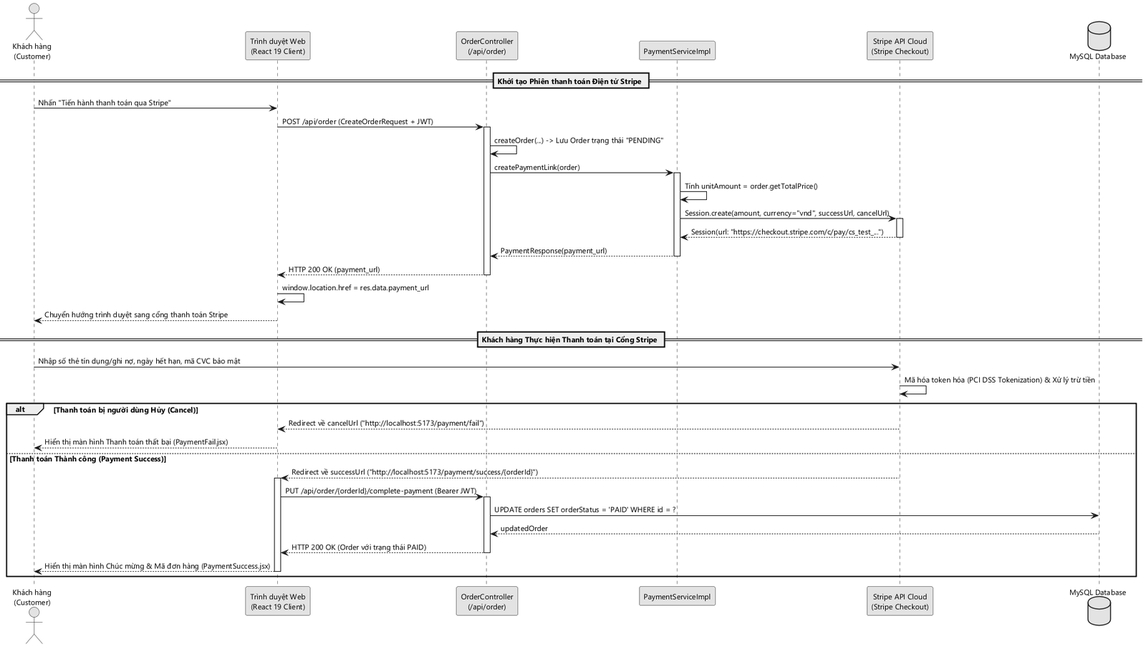
Earlier version of the PlantUML export uet-graduation-thesis/figures/fig_sequence_stripe_payment.png (lequocanh1401/Online-Food-Ordering). Its source is kept beside it as uet-graduation-thesis/figures/fig_sequence_stripe_payment.puml.
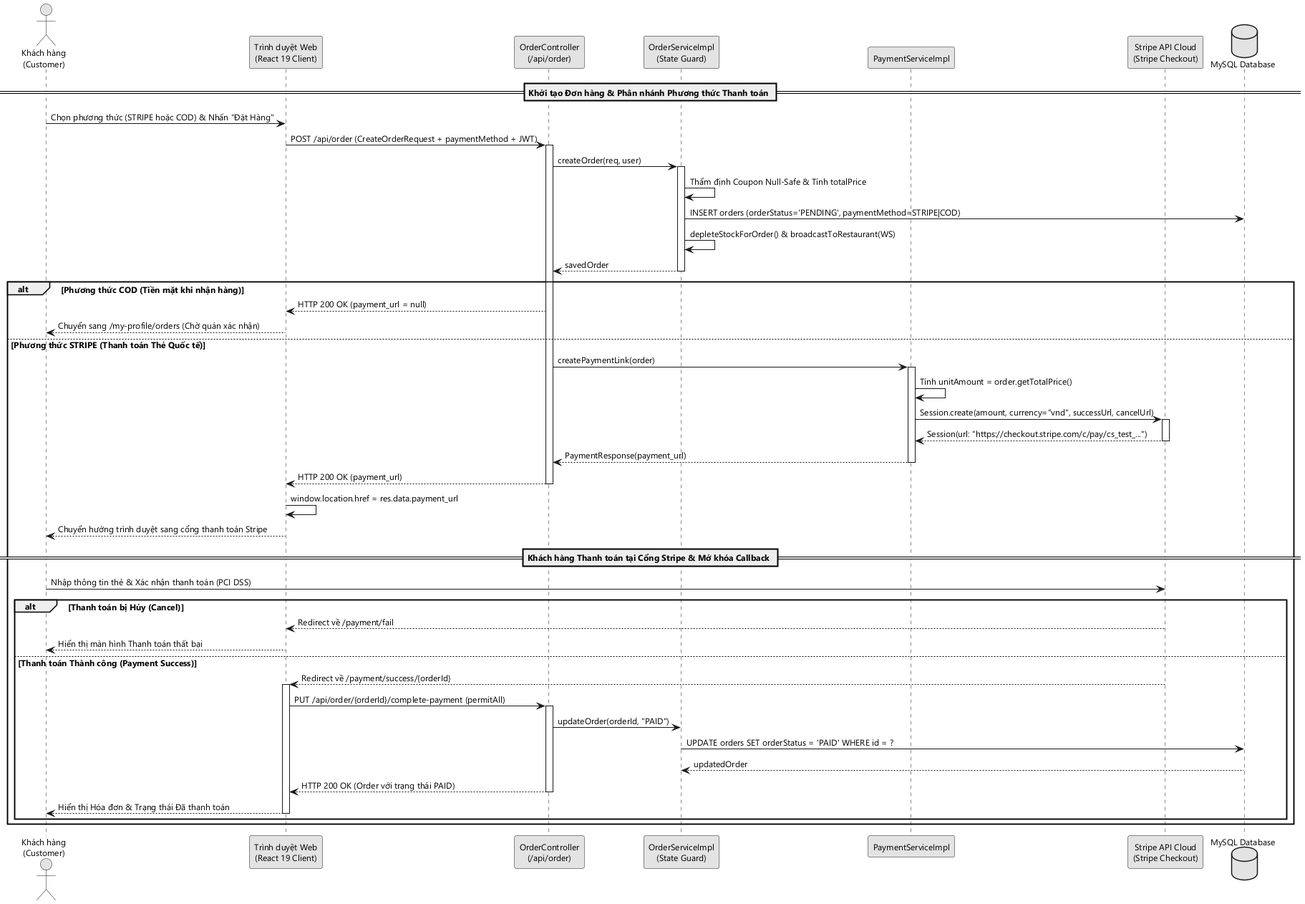
The same file after the commit.

What changed in the source:
```diff
@@ -7,54 +7,61 @@
 actor "Khách hàng\n(Customer)" as customer
 participant "Trình duyệt Web\n(React 19 Client)" as client
 participant "OrderController\n(/api/order)" as orderCtrl
+participant "OrderServiceImpl\n(State Guard)" as orderSvc
 participant "PaymentServiceImpl" as paymentSvc
 participant "Stripe API Cloud\n(Stripe Checkout)" as stripe
 database "MySQL Database" as db
 
-== Khởi tạo Phiên thanh toán Điện tử Stripe ==
-customer -> client : Nhấn "Tiến hành thanh toán qua Stripe"
-client -> orderCtrl : POST /api/order (CreateOrderRequest + JWT)
+== Khởi tạo Đơn hàng & Phân nhánh Phương thức Thanh toán ==
+customer -> client : Chọn phương thức (STRIPE hoặc COD) & Nhấn "Đặt Hàng"
+client -> orderCtrl : POST /api/order (CreateOrderRequest + paymentMethod + JWT)
 activate orderCtrl
 
-orderCtrl -> orderCtrl : createOrder(...) -> Lưu Order trạng thái "PENDING"
-orderCtrl -> paymentSvc : createPaymentLink(order)
-activate paymentSvc
+orderCtrl -> orderSvc : createOrder(req, user)
+activate orderSvc
+orderSvc -> orderSvc : Thẩm định Coupon Null-Safe & Tính totalPrice
+orderSvc -> db : INSERT orders (orderStatus='PENDING', paymentMethod=STRIPE|COD)
+orderSvc -> orderSvc : depleteStockForOrder() & broadcastToRestaurant(WS)
+orderSvc --> orderCtrl : savedOrder
+deactivate orderSvc
 
-paymentSvc -> paymentSvc : Tính unitAmount = order.getTotalPrice()
-paymentSvc -> stripe : Session.create(amount, currency="vnd", successUrl, cancelUrl)
-activate stripe
-stripe --> paymentSvc : Session(url: "https://checkout.stripe.com/c/pay/cs_test_...")
-deactivate stripe
+alt Phương thức COD (Tiền mặt khi nhận hàng)
+    orderCtrl --> client : HTTP 200 OK (payment_url = null)
+    client --> customer : Chuyển sang /my-profile/orders (Chờ quán xác nhận)
+else Phương thức STRIPE (Thanh toán Thẻ Quốc tế)
+    orderCtrl -> paymentSvc : createPaymentLink(order)
+    activate paymentSvc
+    paymentSvc -> paymentSvc : Tính unitAmount = order.getTotalPrice()
+    paymentSvc -> stripe : Session.create(amount, currency="vnd", successUrl, cancelUrl)
+    activate stripe
+    stripe --> paymentSvc : Session(url: "https://checkout.stripe.com/c/pay/cs_test_...")
+    deactivate stripe
+    paymentSvc --> orderCtrl : PaymentResponse(payment_url)
+    deactivate paymentSvc
 
-paymentSvc --> orderCtrl : PaymentResponse(payment_url)
-deactivate paymentSvc
-
-orderCtrl --> client : HTTP 200 OK (payment_url)
-deactivate orderCtrl
-
-client -> client : window.location.href = res.data.payment_url
-client --> customer : Chuyển hướng trình duyệt sang cổng thanh toán Stripe
-
-== Khách hàng Thực hiện Thanh toán tại Cổng Stripe ==
-customer -> stripe : Nhập số thẻ tín dụng/ghi nợ, ngày hết hạn, mã CVC bảo mật
-stripe -> stripe : Mã hóa token hóa (PCI DSS Tokenization) & Xử lý trừ tiền
-alt Thanh toán bị người dùng Hủy (Cancel)
-    stripe --> client : Redirect về cancelUrl ("http://localhost:5173/payment/fail")
-    client --> customer : Hiển thị màn hình Thanh toán thất bại (PaymentFail.jsx)
-else Thanh toán Thành công (Payment Success)
-    stripe --> client : Redirect về successUrl ("http://localhost:5173/payment/success/{orderId}")
-    activate client
-
-    client -> orderCtrl : PUT /api/order/{orderId}/complete-payment (Bearer JWT)
-    activate orderCtrl
-
-    orderCtrl -> db : UPDATE orders SET orderStatus = 'PAID' WHERE id = ?
-    db --> orderCtrl : updatedOrder
-
-    orderCtrl --> client : HTTP 200 OK (Order với trạng thái PAID)
+    orderCtrl --> client : HTTP 200 OK (payment_url)
     deactivate orderCtrl
 
-    client --> customer : Hiển thị màn hình Chúc mừng & Mã đơn hàng (PaymentSuccess.jsx)
-    deactivate client
+    client -> client : window.location.href = res.data.payment_url
+    client --> customer : Chuyển hướng trình duyệt sang cổng thanh toán Stripe
+
+    == Khách hàng Thanh toán tại Cổng Stripe & Mở khóa Callback ==
+    customer -> stripe : Nhập thông tin thẻ & Xác nhận thanh toán (PCI DSS)
+    alt Thanh toán bị Hủy (Cancel)
+        stripe --> client : Redirect về /payment/fail
+        client --> customer : Hiển thị màn hình Thanh toán thất bại
+    else Thanh toán Thành công (Payment Success)
+        stripe --> client : Redirect về /payment/success/{orderId}
+        activate client
+        client -> orderCtrl : PUT /api/order/{orderId}/complete-payment (permitAll)
+        activate orderCtrl
+        orderCtrl -> orderSvc : updateOrder(orderId, "PAID")
+        orderSvc -> db : UPDATE orders SET orderStatus = 'PAID' WHERE id = ?
+        db --> orderSvc : updatedOrder
+        orderCtrl --> client : HTTP 200 OK (Order với trạng thái PAID)
+        deactivate orderCtrl
+        client --> customer : Hiển thị Hóa đơn & Trạng thái Đã thanh toán
+        deactivate client
+    end
 end
 @enduml
```
